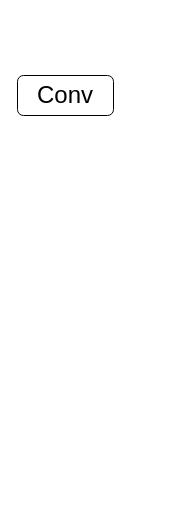
irving-qin/draw.io keeps this draw.io diagram as page "Quantization-aware Norm" (3 of 3) of quantization/Quantization.drawio. Above is the earlier version. Source tidied: cells renumbered, new cells numbered last; positions are measured from the earlier drawing's top-left corner, leaving out a move shared by most shapes. Both pictures are drawn from the tidied source at 100%, with x=0, y=0 at pixel (17, 75).
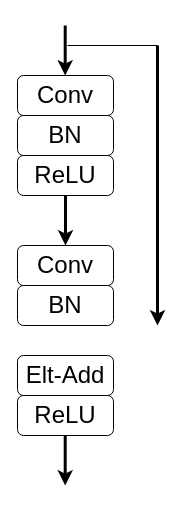
After the change.

What changed in the source:
```diff
@@
 <mxGraphModel>
   <root>
     <mxCell id="0" />
     <mxCell id="1" parent="0" />
     <mxCell id="2" value="&lt;font style=&quot;font-size: 24px&quot;&gt;Conv&lt;/font&gt;" style="rounded=1;whiteSpace=wrap;html=1;" parent="1" vertex="1">
       <mxGeometry width="96" height="40" as="geometry" />
     </mxCell>
+    <mxCell id="3" value="&lt;font style=&quot;font-size: 24px&quot;&gt;BN&lt;/font&gt;" style="rounded=1;whiteSpace=wrap;html=1;" parent="1" vertex="1">
+      <mxGeometry y="40" width="96" height="40" as="geometry" />
+    </mxCell>
+    <mxCell id="4" style="edgeStyle=orthogonalEdgeStyle;rounded=0;jettySize=auto;html=1;" parent="1" edge="1" source="5" target="7">
+      <mxGeometry relative="1" as="geometry" />
+    </mxCell>
+    <mxCell id="5" value="&lt;font style=&quot;font-size: 24px&quot;&gt;ReLU&lt;/font&gt;" style="rounded=1;whiteSpace=wrap;html=1;" parent="1" vertex="1">
+      <mxGeometry y="80" width="96" height="40" as="geometry" />
+    </mxCell>
+    <mxCell id="6" value="&lt;font style=&quot;font-size: 24px&quot;&gt;Conv&lt;/font&gt;" style="rounded=1;whiteSpace=wrap;html=1;" parent="1" vertex="1">
+      <mxGeometry y="170" width="96" height="40" as="geometry" />
+    </mxCell>
+    <mxCell id="7" value="&lt;font style=&quot;font-size: 24px&quot;&gt;BN&lt;/font&gt;" style="rounded=1;whiteSpace=wrap;html=1;" parent="1" vertex="1">
+      <mxGeometry y="210" width="96" height="40" as="geometry" />
+    </mxCell>
+    <mxCell id="8" value="&lt;font style=&quot;font-size: 24px&quot;&gt;ReLU&lt;/font&gt;" style="rounded=1;whiteSpace=wrap;html=1;" parent="1" vertex="1">
+      <mxGeometry y="320" width="96" height="40" as="geometry" />
+    </mxCell>
+    <mxCell id="9" style="endArrow=classic;html=1;strokeWidth=3;entryX=0.5;entryY=0;entryDx=0;entryDy=0;" parent="1" edge="1" target="6">
+      <mxGeometry relative="1" as="geometry">
+        <mxPoint x="48" y="120" as="sourcePoint" />
+      </mxGeometry>
+    </mxCell>
+    <mxCell id="10" style="endArrow=classic;html=1;strokeWidth=3;entryX=0.5;entryY=0;entryDx=0;entryDy=0;" parent="1" edge="1">
+      <mxGeometry relative="1" as="geometry">
+        <mxPoint x="47.7" y="360" as="sourcePoint" />
+        <mxPoint x="47.7" y="410" as="targetPoint" />
+      </mxGeometry>
+    </mxCell>
+    <mxCell id="11" style="endArrow=classic;html=1;strokeWidth=3;entryX=0.5;entryY=0;entryDx=0;entryDy=0;" parent="1" edge="1">
+      <mxGeometry relative="1" as="geometry">
+        <mxPoint x="47.7" y="-50" as="sourcePoint" />
+        <mxPoint x="47.7" as="targetPoint" />
+      </mxGeometry>
+    </mxCell>
+    <mxCell id="12" style="endArrow=classic;html=1;strokeWidth=3;" parent="1" edge="1">
+      <mxGeometry relative="1" as="geometry">
+        <mxPoint x="140" y="-30" as="sourcePoint" />
+        <mxPoint x="140" y="250" as="targetPoint" />
+      </mxGeometry>
+    </mxCell>
+    <mxCell id="13" style="endArrow=none;html=1;" parent="1" edge="1">
+      <mxGeometry relative="1" as="geometry">
+        <mxPoint x="50" y="-30" as="sourcePoint" />
+        <mxPoint x="140" y="-30" as="targetPoint" />
+      </mxGeometry>
+    </mxCell>
+    <mxCell id="14" value="&lt;font style=&quot;font-size: 24px&quot;&gt;Elt-Add&lt;/font&gt;" style="rounded=1;whiteSpace=wrap;html=1;" parent="1" vertex="1">
+      <mxGeometry y="280" width="96" height="40" as="geometry" />
+    </mxCell>
   </root>
 </mxGraphModel>
```
